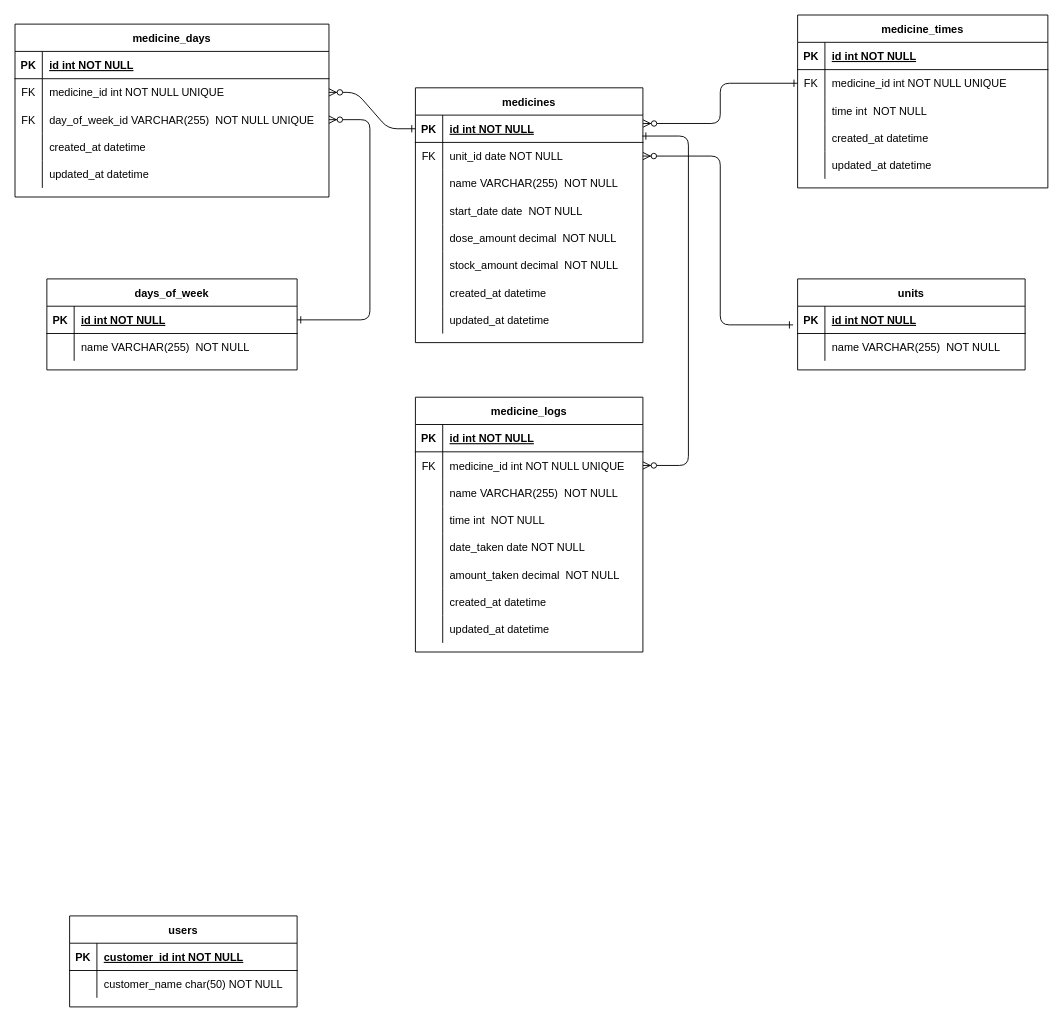
The draw.io diagram docs/ER図.drawio in si-n-ya/medicine_check_renewal, before the edit. Source tidied: cells renumbered, new cells numbered last; positions are measured from the earlier drawing's top-left corner, leaving out a move shared by most shapes. Both pictures are drawn from the tidied source at 91%, with x=0, y=0 at pixel (15, 15).
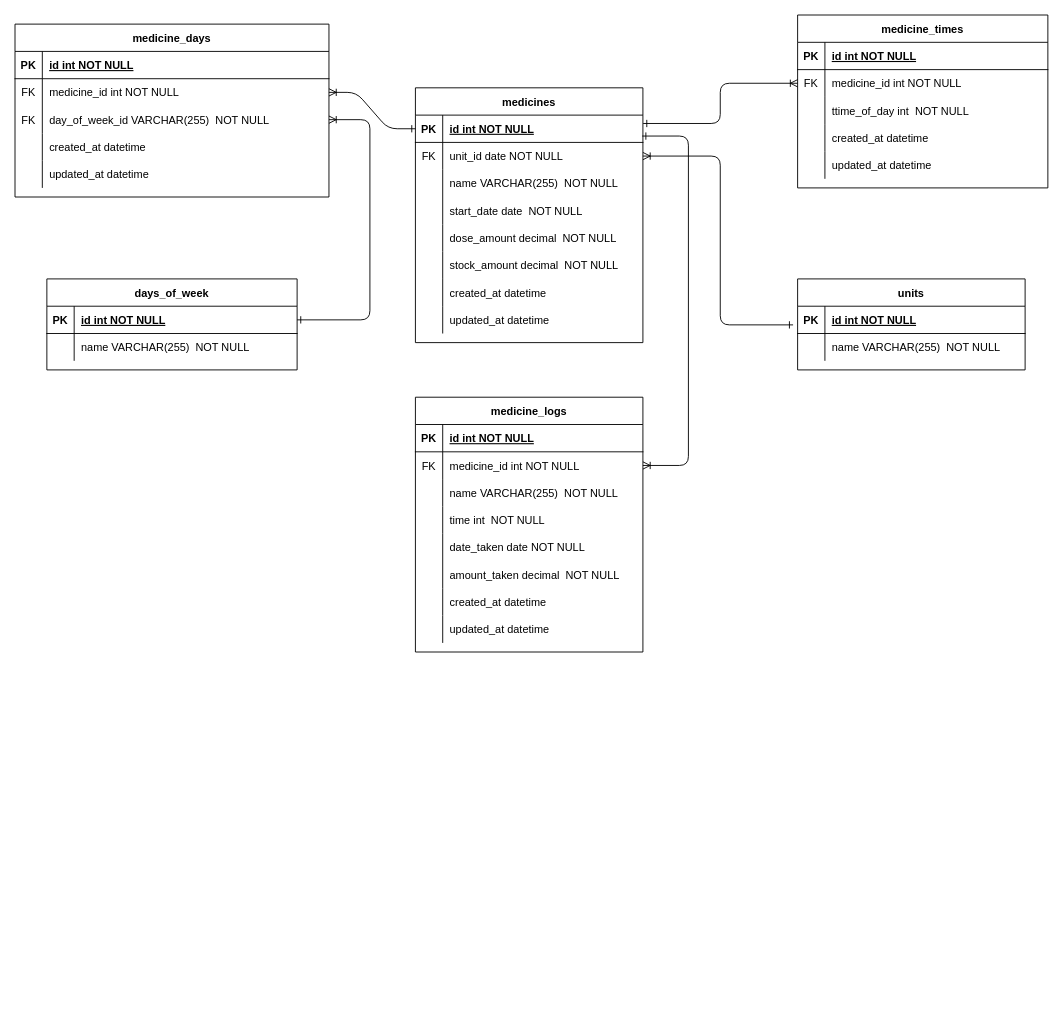
The same diagram, later.

Commit message:
ER図のテーブルの1対多の関係性を具体化

Unchanged cells that the change refers to:
```xml
<mxCell id="4" style="shape=partialRectangle;fillColor=none;points=[[0,0.5],[1,0.5]];portConstraint=eastwest;top=0;left=0;right=0;bottom=1;" parent="3" vertex="1">
  <mxGeometry y="30" width="250" height="30" as="geometry" />
</mxCell>
<mxCell id="7" style="shape=partialRectangle;fillColor=none;points=[[0,0.5],[1,0.5]];portConstraint=eastwest;top=0;left=0;right=0;bottom=0;" parent="3" vertex="1">
  <mxGeometry y="60" width="250" height="30" as="geometry" />
</mxCell>
<mxCell id="32" style="shape=partialRectangle;fillColor=none;points=[[0,0.5],[1,0.5]];portConstraint=eastwest;top=0;left=0;right=0;bottom=0;" parent="28" vertex="1">
  <mxGeometry y="60" width="345" height="30" as="geometry" />
</mxCell>
<mxCell id="35" style="shape=partialRectangle;fillColor=none;points=[[0,0.5],[1,0.5]];portConstraint=eastwest;top=0;left=0;right=0;bottom=0;" parent="28" vertex="1">
  <mxGeometry y="90" width="345" height="30" as="geometry" />
</mxCell>
<mxCell id="52" style="shape=partialRectangle;fillColor=none;points=[[0,0.5],[1,0.5]];portConstraint=eastwest;top=0;left=0;right=0;bottom=1;" parent="51" vertex="1">
  <mxGeometry y="30" width="250" height="30" as="geometry" />
</mxCell>
<mxCell id="59" style="shape=partialRectangle;fillColor=none;points=[[0,0.5],[1,0.5]];portConstraint=eastwest;top=0;left=0;right=0;bottom=1;" parent="58" vertex="1">
  <mxGeometry y="30" width="275" height="30" as="geometry" />
</mxCell>
<mxCell id="70" style="shape=partialRectangle;fillColor=none;points=[[0,0.5],[1,0.5]];portConstraint=eastwest;top=0;left=0;right=0;bottom=0;" parent="66" vertex="1">
  <mxGeometry y="60" width="275" height="30" as="geometry" />
</mxCell>
<mxCell id="73" style="shape=partialRectangle;fillColor=none;top=0;left=0;right=0;bottom=0;" parent="66" vertex="1">
  <mxGeometry y="90" width="275" height="30" as="geometry" />
</mxCell>
<mxCell id="87" style="shape=partialRectangle;fillColor=none;points=[[0,0.5],[1,0.5]];portConstraint=eastwest;top=0;left=0;right=0;bottom=0;" parent="83" vertex="1">
  <mxGeometry y="60" width="250" height="30" as="geometry" />
</mxCell>
```

Diff of the diagram source:
```diff
@@
-    <mxCell id="2" style="edgeStyle=entityRelationEdgeStyle;endArrow=ERzeroToMany;startArrow=ERone;endFill=1;startFill=0;" parent="1" edge="1" source="4" target="32">
+    <mxCell id="2" style="edgeStyle=entityRelationEdgeStyle;endArrow=ERoneToMany;startArrow=ERone;endFill=0;startFill=0;" parent="1" edge="1" source="4" target="32">
       <mxGeometry relative="1" as="geometry" />
     </mxCell>
@@
-    <mxCell id="34" value="medicine_id int NOT NULL UNIQUE" style="shape=partialRectangle;overflow=hidden;fillColor=none;top=0;left=0;bottom=0;right=0;align=left;spacingLeft=6;" parent="32" vertex="1">
+    <mxCell id="34" value="medicine_id int NOT NULL" style="shape=partialRectangle;overflow=hidden;fillColor=none;top=0;left=0;bottom=0;right=0;align=left;spacingLeft=6;" parent="32" vertex="1">
       <mxGeometry x="30" width="315" height="30" as="geometry" />
     </mxCell>
@@
-    <mxCell id="37" value="day_of_week_id VARCHAR(255)  NOT NULL UNIQUE" style="shape=partialRectangle;overflow=hidden;fillColor=none;top=0;left=0;bottom=0;right=0;align=left;spacingLeft=6;" parent="35" vertex="1">
+    <mxCell id="37" value="day_of_week_id VARCHAR(255)  NOT NULL" style="shape=partialRectangle;overflow=hidden;fillColor=none;top=0;left=0;bottom=0;right=0;align=left;spacingLeft=6;" parent="35" vertex="1">
       <mxGeometry x="30" width="315" height="30" as="geometry" />
     </mxCell>
@@
-    <mxCell id="44" value="users" style="shape=table;startSize=30;childLayout=tableLayout;rowLines=0;fontStyle=1;align=center;" parent="1" vertex="1">
-      <mxGeometry x="60" y="990" width="250" height="100" as="geometry" />
-    </mxCell>
-    <mxCell id="45" style="shape=partialRectangle;fillColor=none;top=0;left=0;right=0;bottom=1;" parent="44" vertex="1">
-      <mxGeometry y="30" width="250" height="30" as="geometry" />
-    </mxCell>
-    <mxCell id="46" value="PK" style="shape=partialRectangle;overflow=hidden;fillColor=none;top=0;left=0;bottom=0;right=0;fontStyle=1;" parent="45" vertex="1">
-      <mxGeometry width="30" height="30" as="geometry" />
-    </mxCell>
-    <mxCell id="47" value="customer_id int NOT NULL " style="shape=partialRectangle;overflow=hidden;fillColor=none;top=0;left=0;bottom=0;right=0;align=left;spacingLeft=6;fontStyle=5;" parent="45" vertex="1">
-      <mxGeometry x="30" width="220" height="30" as="geometry" />
-    </mxCell>
-    <mxCell id="48" style="shape=partialRectangle;fillColor=none;top=0;left=0;right=0;bottom=0;" parent="44" vertex="1">
-      <mxGeometry y="60" width="250" height="30" as="geometry" />
-    </mxCell>
-    <mxCell id="49" style="shape=partialRectangle;overflow=hidden;fillColor=none;top=0;left=0;bottom=0;right=0;" parent="48" vertex="1">
-      <mxGeometry width="30" height="30" as="geometry" />
-    </mxCell>
-    <mxCell id="50" value="customer_name char(50) NOT NULL" style="shape=partialRectangle;overflow=hidden;fillColor=none;top=0;left=0;bottom=0;right=0;align=left;spacingLeft=6;" parent="48" vertex="1">
-      <mxGeometry x="30" width="220" height="30" as="geometry" />
-    </mxCell>
@@
-    <mxCell id="65" style="edgeStyle=orthogonalEdgeStyle;endArrow=ERzeroToMany;startArrow=ERone;endFill=1;startFill=0;entryX=1;entryY=0.5;entryDx=0;entryDy=0;exitX=-0.02;exitY=0.684;exitDx=0;exitDy=0;exitPerimeter=0;" parent="1" edge="1" source="52" target="7">
+    <mxCell id="65" style="edgeStyle=orthogonalEdgeStyle;endArrow=ERoneToMany;startArrow=ERone;endFill=0;startFill=0;entryX=1;entryY=0.5;entryDx=0;entryDy=0;exitX=-0.02;exitY=0.684;exitDx=0;exitDy=0;exitPerimeter=0;" parent="1" edge="1" source="52" target="7">
       <mxGeometry relative="1" as="geometry" />
     </mxCell>
@@
-    <mxCell id="72" value="medicine_id int NOT NULL UNIQUE" style="shape=partialRectangle;overflow=hidden;fillColor=none;top=0;left=0;bottom=0;right=0;align=left;spacingLeft=6;" parent="70" vertex="1">
+    <mxCell id="72" value="medicine_id int NOT NULL" style="shape=partialRectangle;overflow=hidden;fillColor=none;top=0;left=0;bottom=0;right=0;align=left;spacingLeft=6;" parent="70" vertex="1">
       <mxGeometry x="30" width="245" height="30" as="geometry" />
     </mxCell>
@@
-    <mxCell id="75" value="time int  NOT NULL" style="shape=partialRectangle;overflow=hidden;fillColor=none;top=0;left=0;bottom=0;right=0;align=left;spacingLeft=6;" parent="73" vertex="1">
+    <mxCell id="75" value="ttime_of_day int  NOT NULL" style="shape=partialRectangle;overflow=hidden;fillColor=none;top=0;left=0;bottom=0;right=0;align=left;spacingLeft=6;" parent="73" vertex="1">
       <mxGeometry x="30" width="245" height="30" as="geometry" />
     </mxCell>
@@
-    <mxCell id="82" style="edgeStyle=orthogonalEdgeStyle;endArrow=ERzeroToMany;startArrow=ERone;endFill=1;startFill=0;strokeColor=default;sourcePerimeterSpacing=2;entryX=1.001;entryY=0.307;entryDx=0;entryDy=0;exitX=0;exitY=0.5;exitDx=0;exitDy=0;entryPerimeter=0;" parent="1" edge="1" source="70" target="4">
+    <mxCell id="82" style="edgeStyle=orthogonalEdgeStyle;endArrow=ERone;startArrow=ERoneToMany;endFill=0;startFill=0;strokeColor=default;sourcePerimeterSpacing=2;entryX=1.001;entryY=0.307;entryDx=0;entryDy=0;exitX=0;exitY=0.5;exitDx=0;exitDy=0;entryPerimeter=0;" parent="1" edge="1" source="70" target="4">
       <mxGeometry relative="1" as="geometry" />
     </mxCell>
@@
-    <mxCell id="89" value="medicine_id int NOT NULL UNIQUE" style="shape=partialRectangle;overflow=hidden;fillColor=none;top=0;left=0;bottom=0;right=0;align=left;spacingLeft=6;" parent="87" vertex="1">
+    <mxCell id="89" value="medicine_id int NOT NULL" style="shape=partialRectangle;overflow=hidden;fillColor=none;top=0;left=0;bottom=0;right=0;align=left;spacingLeft=6;" parent="87" vertex="1">
       <mxGeometry x="30" width="220" height="30" as="geometry" />
     </mxCell>
@@
-    <mxCell id="108" style="edgeStyle=orthogonalEdgeStyle;endArrow=ERzeroToMany;startArrow=ERone;endFill=1;startFill=0;entryX=1;entryY=0.5;entryDx=0;entryDy=0;exitX=0.997;exitY=0.767;exitDx=0;exitDy=0;exitPerimeter=0;" parent="1" edge="1" source="4" target="87">
+    <mxCell id="108" style="edgeStyle=orthogonalEdgeStyle;endArrow=ERoneToMany;startArrow=ERone;endFill=0;startFill=0;entryX=1;entryY=0.5;entryDx=0;entryDy=0;exitX=0.997;exitY=0.767;exitDx=0;exitDy=0;exitPerimeter=0;" parent="1" edge="1" source="4" target="87">
       <mxGeometry relative="1" as="geometry">
         <Array as="points">
           <mxPoint x="740" y="133" />
           <mxPoint x="740" y="495" />
         </Array>
       </mxGeometry>
     </mxCell>
-    <mxCell id="109" style="edgeStyle=orthogonalEdgeStyle;endArrow=ERzeroToMany;startArrow=ERone;endFill=1;startFill=0;entryX=1;entryY=0.5;entryDx=0;entryDy=0;exitX=1;exitY=0.5;exitDx=0;exitDy=0;" parent="1" edge="1" source="59" target="35">
+    <mxCell id="109" style="edgeStyle=orthogonalEdgeStyle;endArrow=ERoneToMany;startArrow=ERone;endFill=0;startFill=0;entryX=1;entryY=0.5;entryDx=0;entryDy=0;exitX=1;exitY=0.5;exitDx=0;exitDy=0;" parent="1" edge="1" source="59" target="35">
       <mxGeometry relative="1" as="geometry">
         <Array as="points">
           <mxPoint x="390" y="335" />
           <mxPoint x="390" y="115" />
         </Array>
       </mxGeometry>
     </mxCell>
```
